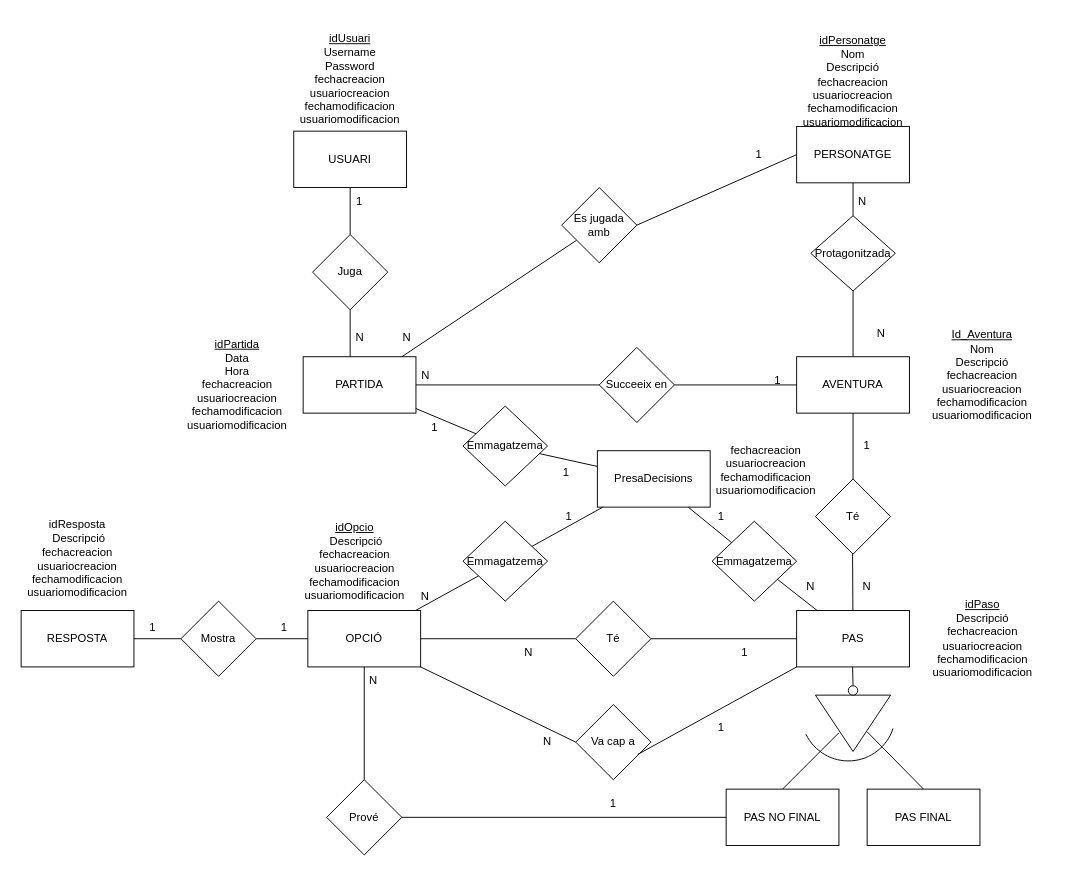
The draw.io diagram M2/DIAGRAMA_BDD.drawio in raul-garcia-sanchez/Proyecto1DAW, before the edit. Source tidied: cells renumbered, new cells numbered last; positions are measured from the earlier drawing's top-left corner, leaving out a move shared by most shapes. Both pictures are drawn from the tidied source at 94%, with x=0, y=0 at pixel (16, 32).
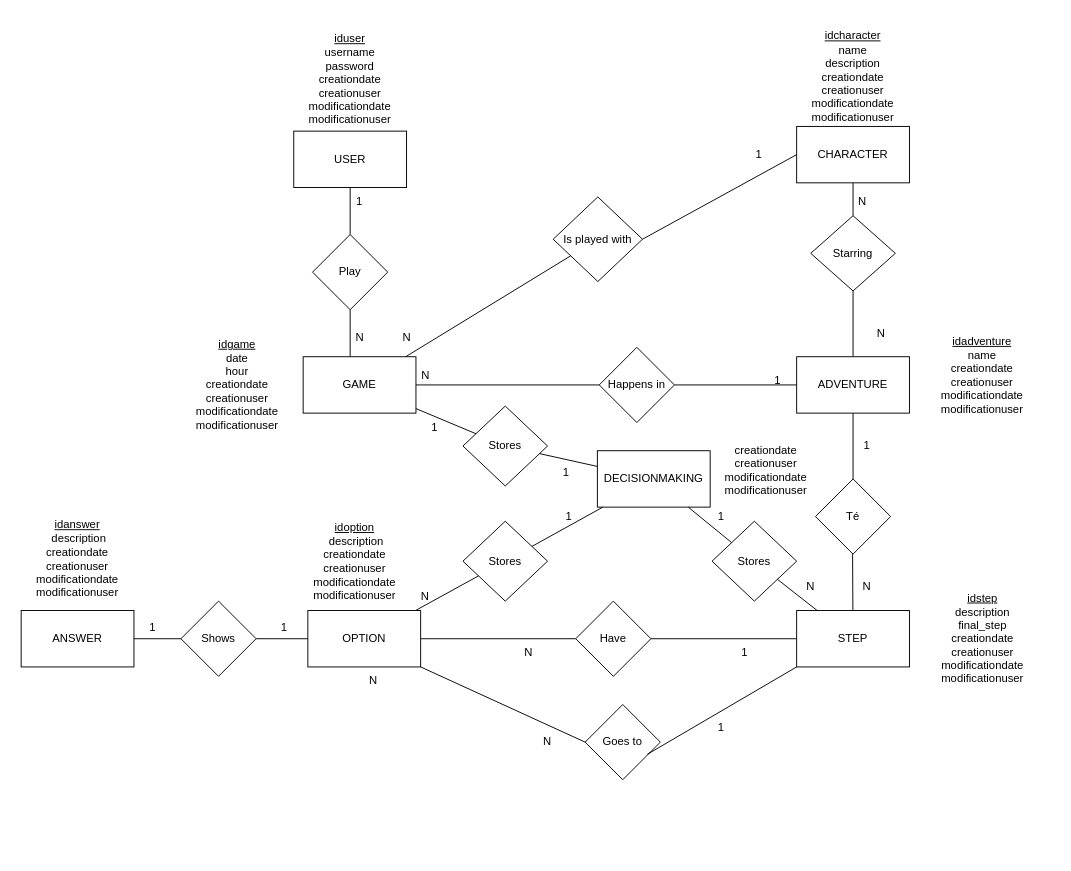
After the change.

What changed in the source:
```diff
@@
-    <mxCell id="2" value="USUARI" style="rounded=0;whiteSpace=wrap;html=1;" parent="1" vertex="1">
+    <mxCell id="2" value="USER" style="rounded=0;whiteSpace=wrap;html=1;" parent="1" vertex="1">
       <mxGeometry x="295" y="105" width="120" height="60" as="geometry" />
     </mxCell>
-    <mxCell id="3" value="&lt;div&gt;&lt;u&gt;idUsuari&lt;/u&gt;&lt;/div&gt;&lt;div&gt;Username&lt;/div&gt;&lt;div&gt;Password&lt;/div&gt;&lt;div&gt;fechacreacion&lt;/div&gt;&lt;div&gt;usuariocreacion&lt;/div&gt;&lt;div&gt;fechamodificacion&lt;/div&gt;&lt;div&gt;usuariomodificacion&lt;br&gt;&lt;/div&gt;" style="text;html=1;strokeColor=none;fillColor=none;align=center;verticalAlign=middle;whiteSpace=wrap;rounded=0;" parent="1" vertex="1">
+    <mxCell id="3" value="&lt;div&gt;&lt;u&gt;iduser&lt;/u&gt;&lt;br&gt;&lt;/div&gt;&lt;div&gt;username&lt;/div&gt;&lt;div&gt;password&lt;/div&gt;&lt;div&gt;creationdate&lt;/div&gt;&lt;div&gt;creationuser&lt;/div&gt;&lt;div&gt;modificationdate&lt;/div&gt;&lt;div&gt;modificationuser&lt;br&gt;&lt;/div&gt;" style="text;html=1;strokeColor=none;fillColor=none;align=center;verticalAlign=middle;whiteSpace=wrap;rounded=0;" parent="1" vertex="1">
       <mxGeometry x="295" width="120" height="100" as="geometry" />
     </mxCell>
-    <mxCell id="4" value="PERSONATGE" style="rounded=0;whiteSpace=wrap;html=1;" parent="1" vertex="1">
+    <mxCell id="4" value="CHARACTER" style="rounded=0;whiteSpace=wrap;html=1;" parent="1" vertex="1">
       <mxGeometry x="830" y="100" width="120" height="60" as="geometry" />
     </mxCell>
-    <mxCell id="5" value="&lt;br&gt;&lt;div&gt;&lt;u&gt;idPersonatge&lt;br&gt;&lt;/u&gt;&lt;/div&gt;&lt;div&gt;Nom&lt;/div&gt;&lt;div&gt;Descripció&lt;/div&gt;&lt;div&gt;&lt;div&gt;fechacreacion&lt;/div&gt;&lt;div&gt;usuariocreacion&lt;/div&gt;&lt;div&gt;fechamodificacion&lt;/div&gt;usuariomodificacion&lt;/div&gt;" style="text;html=1;strokeColor=none;fillColor=none;align=center;verticalAlign=middle;whiteSpace=wrap;rounded=0;" parent="1" vertex="1">
-      <mxGeometry x="820" width="140" height="90" as="geometry" />
+    <mxCell id="5" value="&lt;br&gt;&lt;div&gt;&lt;u&gt;idcharacter&lt;br&gt;&lt;/u&gt;&lt;/div&gt;&lt;div&gt;name&lt;/div&gt;&lt;div&gt;description&lt;/div&gt;&lt;div&gt;&lt;div&gt;creationdate&lt;/div&gt;&lt;div&gt;creationuser&lt;/div&gt;&lt;div&gt;modificationdate&lt;/div&gt;modificationuser&lt;/div&gt;" style="text;html=1;strokeColor=none;fillColor=none;align=center;verticalAlign=middle;whiteSpace=wrap;rounded=0;" parent="1" vertex="1">
+      <mxGeometry x="820" y="-5" width="140" height="90" as="geometry" />
     </mxCell>
-    <mxCell id="6" value="AVENTURA" style="rounded=0;whiteSpace=wrap;html=1;" parent="1" vertex="1">
+    <mxCell id="6" value="ADVENTURE" style="rounded=0;whiteSpace=wrap;html=1;" parent="1" vertex="1">
       <mxGeometry x="830" y="345" width="120" height="60" as="geometry" />
     </mxCell>
-    <mxCell id="7" value="&lt;u&gt;Id_Aventura&lt;/u&gt;&lt;br&gt;Nom&lt;br&gt;&lt;div&gt;Descripció&lt;/div&gt;&lt;div&gt;&lt;div&gt;fechacreacion&lt;/div&gt;&lt;div&gt;usuariocreacion&lt;/div&gt;&lt;div&gt;fechamodificacion&lt;/div&gt;usuariomodificacion&lt;/div&gt;" style="text;html=1;strokeColor=none;fillColor=none;align=center;verticalAlign=middle;whiteSpace=wrap;rounded=0;" parent="1" vertex="1">
+    <mxCell id="7" value="&lt;u&gt;idadventure&lt;/u&gt;&lt;br&gt;name&lt;br&gt;&lt;div&gt;creationdate&lt;/div&gt;&lt;div&gt;creationuser&lt;/div&gt;&lt;div&gt;modificationdate&lt;/div&gt;modificationuser" style="text;html=1;strokeColor=none;fillColor=none;align=center;verticalAlign=middle;whiteSpace=wrap;rounded=0;" parent="1" vertex="1">
       <mxGeometry x="950" y="310" width="155" height="110" as="geometry" />
     </mxCell>
-    <mxCell id="8" value="&lt;u&gt;idPaso&lt;/u&gt;&lt;br&gt;&lt;div&gt;Descripció&lt;/div&gt;&lt;div&gt;&lt;div&gt;fechacreacion&lt;/div&gt;&lt;div&gt;usuariocreacion&lt;/div&gt;&lt;div&gt;fechamodificacion&lt;/div&gt;usuariomodificacion&lt;/div&gt;" style="text;html=1;strokeColor=none;fillColor=none;align=center;verticalAlign=middle;whiteSpace=wrap;rounded=0;" parent="1" vertex="1">
+    <mxCell id="8" value="&lt;u&gt;idstep&lt;/u&gt;&lt;br&gt;&lt;div&gt;description&lt;/div&gt;&lt;div&gt;final_step&lt;br&gt;&lt;/div&gt;&lt;div&gt;&lt;div&gt;creationdate&lt;/div&gt;&lt;div&gt;creationuser&lt;/div&gt;&lt;div&gt;modificationdate&lt;/div&gt;modificationuser&lt;/div&gt;" style="text;html=1;strokeColor=none;fillColor=none;align=center;verticalAlign=middle;whiteSpace=wrap;rounded=0;" parent="1" vertex="1">
       <mxGeometry x="957.5" y="602.5" width="140" height="85" as="geometry" />
     </mxCell>
-    <mxCell id="9" value="PARTIDA" style="rounded=0;whiteSpace=wrap;html=1;" parent="1" vertex="1">
+    <mxCell id="9" value="GAME" style="rounded=0;whiteSpace=wrap;html=1;" parent="1" vertex="1">
       <mxGeometry x="305" y="345" width="120" height="60" as="geometry" />
     </mxCell>
-    <mxCell id="10" value="&lt;u&gt;idPartida&lt;/u&gt;&lt;br&gt;Data&lt;br&gt;&lt;div&gt;Hora&lt;/div&gt;&lt;div&gt;&lt;div&gt;fechacreacion&lt;/div&gt;&lt;div&gt;usuariocreacion&lt;/div&gt;&lt;div&gt;fechamodificacion&lt;/div&gt;usuariomodificacion&lt;/div&gt;" style="text;html=1;strokeColor=none;fillColor=none;align=center;verticalAlign=middle;whiteSpace=wrap;rounded=0;" parent="1" vertex="1">
+    <mxCell id="10" value="&lt;u&gt;idgame&lt;/u&gt;&lt;br&gt;date&lt;br&gt;&lt;div&gt;hour&lt;/div&gt;&lt;div&gt;&lt;div&gt;creationdate&lt;/div&gt;&lt;div&gt;creationuser&lt;/div&gt;&lt;div&gt;modificationdate&lt;/div&gt;modificationuser&lt;/div&gt;" style="text;html=1;strokeColor=none;fillColor=none;align=center;verticalAlign=middle;whiteSpace=wrap;rounded=0;" parent="1" vertex="1">
       <mxGeometry x="165" y="325" width="140" height="100" as="geometry" />
     </mxCell>
-    <mxCell id="11" value="Protagonitzada" style="rhombus;whiteSpace=wrap;html=1;" parent="1" vertex="1">
+    <mxCell id="11" value="Starring" style="rhombus;whiteSpace=wrap;html=1;" parent="1" vertex="1">
       <mxGeometry x="845" y="195" width="90" height="80" as="geometry" />
     </mxCell>
@@
-    <mxCell id="16" value="PAS" style="rounded=0;whiteSpace=wrap;html=1;" parent="1" vertex="1">
+    <mxCell id="16" value="STEP" style="rounded=0;whiteSpace=wrap;html=1;" parent="1" vertex="1">
       <mxGeometry x="830" y="615" width="120" height="60" as="geometry" />
     </mxCell>
@@
-    <mxCell id="20" value="Té" style="rhombus;whiteSpace=wrap;html=1;" parent="1" vertex="1">
+    <mxCell id="20" value="Have" style="rhombus;whiteSpace=wrap;html=1;" parent="1" vertex="1">
       <mxGeometry x="595" y="605" width="80" height="80" as="geometry" />
     </mxCell>
@@
-    <mxCell id="23" value="OPCIÓ" style="rounded=0;whiteSpace=wrap;html=1;" parent="1" vertex="1">
+    <mxCell id="23" value="OPTION" style="rounded=0;whiteSpace=wrap;html=1;" parent="1" vertex="1">
       <mxGeometry x="310" y="615" width="120" height="60" as="geometry" />
     </mxCell>
-    <mxCell id="24" value="&lt;u&gt;idOpcio&lt;/u&gt;&lt;br&gt;&amp;nbsp;Descripció&lt;br&gt;&lt;div&gt;&lt;div&gt;fechacreacion&lt;/div&gt;&lt;div&gt;usuariocreacion&lt;/div&gt;&lt;div&gt;fechamodificacion&lt;/div&gt;usuariomodificacion&lt;/div&gt;" style="text;html=1;strokeColor=none;fillColor=none;align=center;verticalAlign=middle;whiteSpace=wrap;rounded=0;" parent="1" vertex="1">
+    <mxCell id="24" value="&lt;u&gt;idoption&lt;/u&gt;&lt;br&gt;&amp;nbsp;description&lt;br&gt;&lt;div&gt;&lt;div&gt;creationdate&lt;/div&gt;&lt;div&gt;creationuser&lt;/div&gt;&lt;div&gt;modificationdate&lt;/div&gt;modificationuser&lt;/div&gt;" style="text;html=1;strokeColor=none;fillColor=none;align=center;verticalAlign=middle;whiteSpace=wrap;rounded=0;" parent="1" vertex="1">
       <mxGeometry x="295" y="507.5" width="130" height="110" as="geometry" />
     </mxCell>
@@
-    <mxCell id="29" value="Juga" style="rhombus;whiteSpace=wrap;html=1;" parent="1" vertex="1">
+    <mxCell id="29" value="Play" style="rhombus;whiteSpace=wrap;html=1;" parent="1" vertex="1">
       <mxGeometry x="315" y="215" width="80" height="80" as="geometry" />
     </mxCell>
@@
-    <mxCell id="36" value="Es jugada amb" style="rhombus;whiteSpace=wrap;html=1;" parent="1" vertex="1">
-      <mxGeometry x="580" y="165" width="80" height="80" as="geometry" />
+    <mxCell id="36" value="Is played with" style="rhombus;whiteSpace=wrap;html=1;" parent="1" vertex="1">
+      <mxGeometry x="571" y="175" width="95" height="90" as="geometry" />
     </mxCell>
@@
-    <mxCell id="38" value="Succeeix en" style="rhombus;whiteSpace=wrap;html=1;" parent="1" vertex="1">
+    <mxCell id="38" value="Happens in" style="rhombus;whiteSpace=wrap;html=1;" parent="1" vertex="1">
       <mxGeometry x="620" y="335" width="80" height="80" as="geometry" />
     </mxCell>
@@
-    <mxCell id="45" value="PresaDecisions" style="rounded=0;whiteSpace=wrap;html=1;" parent="1" vertex="1">
+    <mxCell id="45" value="DECISIONMAKING" style="rounded=0;whiteSpace=wrap;html=1;" parent="1" vertex="1">
       <mxGeometry x="618" y="445" width="120" height="60" as="geometry" />
     </mxCell>
-    <mxCell id="46" value="Prové" style="rhombus;whiteSpace=wrap;html=1;" parent="1" vertex="1">
-      <mxGeometry x="330" y="795" width="80" height="80" as="geometry" />
-    </mxCell>
-    <mxCell id="47" style="triangle;whiteSpace=wrap;html=1;rotation=90;" parent="1" vertex="1">
-      <mxGeometry x="860" y="695" width="60" height="80" as="geometry" />
-    </mxCell>
-    <mxCell id="48" style="endArrow=none;html=1;rounded=0;startArrow=none;" parent="1" edge="1" source="49">
-      <mxGeometry relative="1" as="geometry">
-        <mxPoint x="889.5" y="675" as="targetPoint" />
-      </mxGeometry>
-    </mxCell>
-    <mxCell id="49" style="ellipse;whiteSpace=wrap;html=1;" parent="1" vertex="1">
-      <mxGeometry x="885" y="695" width="10" height="10" as="geometry" />
-    </mxCell>
-    <mxCell id="50" style="endArrow=none;html=1;rounded=0;" parent="1" edge="1" target="49">
+    <mxCell id="50" style="endArrow=none;html=1;rounded=0;" parent="1" edge="1">
       <mxGeometry relative="1" as="geometry">
         <mxPoint x="890" y="705" as="sourcePoint" />
+        <mxPoint x="890" y="705" as="targetPoint" />
       </mxGeometry>
     </mxCell>
-    <mxCell id="51" value="PAS NO FINAL" style="rounded=0;whiteSpace=wrap;html=1;" parent="1" vertex="1">
-      <mxGeometry x="755" y="805" width="120" height="60" as="geometry" />
-    </mxCell>
-    <mxCell id="52" value="PAS FINAL" style="rounded=0;whiteSpace=wrap;html=1;" parent="1" vertex="1">
-      <mxGeometry x="905" y="805" width="120" height="60" as="geometry" />
-    </mxCell>
-    <mxCell id="53" style="endArrow=none;html=1;rounded=0;exitX=0.5;exitY=0;exitDx=0;exitDy=0;" parent="1" edge="1" source="51">
-      <mxGeometry relative="1" as="geometry">
-        <mxPoint x="875" y="745" as="targetPoint" />
-      </mxGeometry>
-    </mxCell>
-    <mxCell id="54" style="endArrow=none;html=1;rounded=0;entryX=0.5;entryY=0;entryDx=0;entryDy=0;exitX=0.65;exitY=0.313;exitDx=0;exitDy=0;exitPerimeter=0;" parent="1" edge="1" source="47" target="52">
-      <mxGeometry relative="1" as="geometry" />
-    </mxCell>
-    <mxCell id="55" style="endArrow=none;html=1;rounded=0;" parent="1" edge="1" source="46">
-      <mxGeometry relative="1" as="geometry">
-        <mxPoint x="370" y="675" as="targetPoint" />
-      </mxGeometry>
-    </mxCell>
-    <mxCell id="56" style="endArrow=none;html=1;rounded=0;entryX=0;entryY=0.5;entryDx=0;entryDy=0;" parent="1" edge="1" source="46" target="51">
-      <mxGeometry relative="1" as="geometry" />
-    </mxCell>
@@
-    <mxCell id="58" value="1" style="text;html=1;strokeColor=none;fillColor=none;align=center;verticalAlign=middle;whiteSpace=wrap;rounded=0;" parent="1" vertex="1">
-      <mxGeometry x="605" y="805" width="60" height="30" as="geometry" />
-    </mxCell>
-    <mxCell id="59" value="Va cap a" style="rhombus;whiteSpace=wrap;html=1;" parent="1" vertex="1">
-      <mxGeometry x="595" y="715" width="80" height="80" as="geometry" />
+    <mxCell id="59" value="Goes to" style="rhombus;whiteSpace=wrap;html=1;" parent="1" vertex="1">
+      <mxGeometry x="605" y="715" width="80" height="80" as="geometry" />
     </mxCell>
@@
-    <mxCell id="64" style="verticalLabelPosition=bottom;verticalAlign=top;html=1;shape=mxgraph.basic.arc;startAngle=0.3;endAngle=0.6787749838213741;" parent="1" vertex="1">
-      <mxGeometry x="835" y="675" width="100" height="100" as="geometry" />
-    </mxCell>
-    <mxCell id="65" value="Emmagatzema" style="rhombus;whiteSpace=wrap;html=1;" parent="1" vertex="1">
+    <mxCell id="65" value="Stores" style="rhombus;whiteSpace=wrap;html=1;" parent="1" vertex="1">
       <mxGeometry x="475" y="397.5" width="90" height="85" as="geometry" />
     </mxCell>
-    <mxCell id="66" value="Emmagatzema" style="rhombus;whiteSpace=wrap;html=1;" parent="1" vertex="1">
+    <mxCell id="66" value="Stores" style="rhombus;whiteSpace=wrap;html=1;" parent="1" vertex="1">
       <mxGeometry x="740" y="520" width="90" height="85" as="geometry" />
     </mxCell>
-    <mxCell id="67" value="Emmagatzema" style="rhombus;whiteSpace=wrap;html=1;" parent="1" vertex="1">
+    <mxCell id="67" value="Stores" style="rhombus;whiteSpace=wrap;html=1;" parent="1" vertex="1">
       <mxGeometry x="475" y="520" width="90" height="85" as="geometry" />
     </mxCell>
@@
-    <mxCell id="80" value="fechacreacion&lt;div&gt;&lt;div&gt;usuariocreacion&lt;/div&gt;&lt;div&gt;fechamodificacion&lt;/div&gt;usuariomodificacion&lt;/div&gt;" style="text;html=1;strokeColor=none;fillColor=none;align=center;verticalAlign=middle;whiteSpace=wrap;rounded=0;" parent="1" vertex="1">
+    <mxCell id="80" value="&lt;div&gt;creationdate&lt;/div&gt;&lt;div&gt;creationuser&lt;/div&gt;&lt;div&gt;modificationdate&lt;/div&gt;modificationuser" style="text;html=1;strokeColor=none;fillColor=none;align=center;verticalAlign=middle;whiteSpace=wrap;rounded=0;" parent="1" vertex="1">
       <mxGeometry x="740" y="432.5" width="115" height="67.5" as="geometry" />
     </mxCell>
-    <mxCell id="81" value="RESPOSTA" style="rounded=0;whiteSpace=wrap;html=1;" parent="1" vertex="1">
+    <mxCell id="81" value="ANSWER" style="rounded=0;whiteSpace=wrap;html=1;" parent="1" vertex="1">
       <mxGeometry x="5" y="615" width="120" height="60" as="geometry" />
     </mxCell>
-    <mxCell id="82" value="Mostra" style="rhombus;whiteSpace=wrap;html=1;" parent="1" vertex="1">
+    <mxCell id="82" value="Shows" style="rhombus;whiteSpace=wrap;html=1;" parent="1" vertex="1">
       <mxGeometry x="175" y="605" width="80" height="80" as="geometry" />
     </mxCell>
@@
-    <mxCell id="87" value="idResposta&lt;br&gt;&amp;nbsp;Descripció&lt;br&gt;&lt;div&gt;&lt;div&gt;fechacreacion&lt;/div&gt;&lt;div&gt;usuariocreacion&lt;/div&gt;&lt;div&gt;fechamodificacion&lt;/div&gt;usuariomodificacion&lt;/div&gt;" style="text;html=1;strokeColor=none;fillColor=none;align=center;verticalAlign=middle;whiteSpace=wrap;rounded=0;" parent="1" vertex="1">
+    <mxCell id="87" value="&lt;u&gt;idanswer&lt;/u&gt;&lt;br&gt;&amp;nbsp;description&lt;br&gt;&lt;div&gt;&lt;div&gt;creationdate&lt;/div&gt;&lt;div&gt;creationuser&lt;/div&gt;&lt;div&gt;modificationdate&lt;/div&gt;modificationuser&lt;/div&gt;" style="text;html=1;strokeColor=none;fillColor=none;align=center;verticalAlign=middle;whiteSpace=wrap;rounded=0;" parent="1" vertex="1">
       <mxGeometry y="505" width="130" height="110" as="geometry" />
     </mxCell>
```
